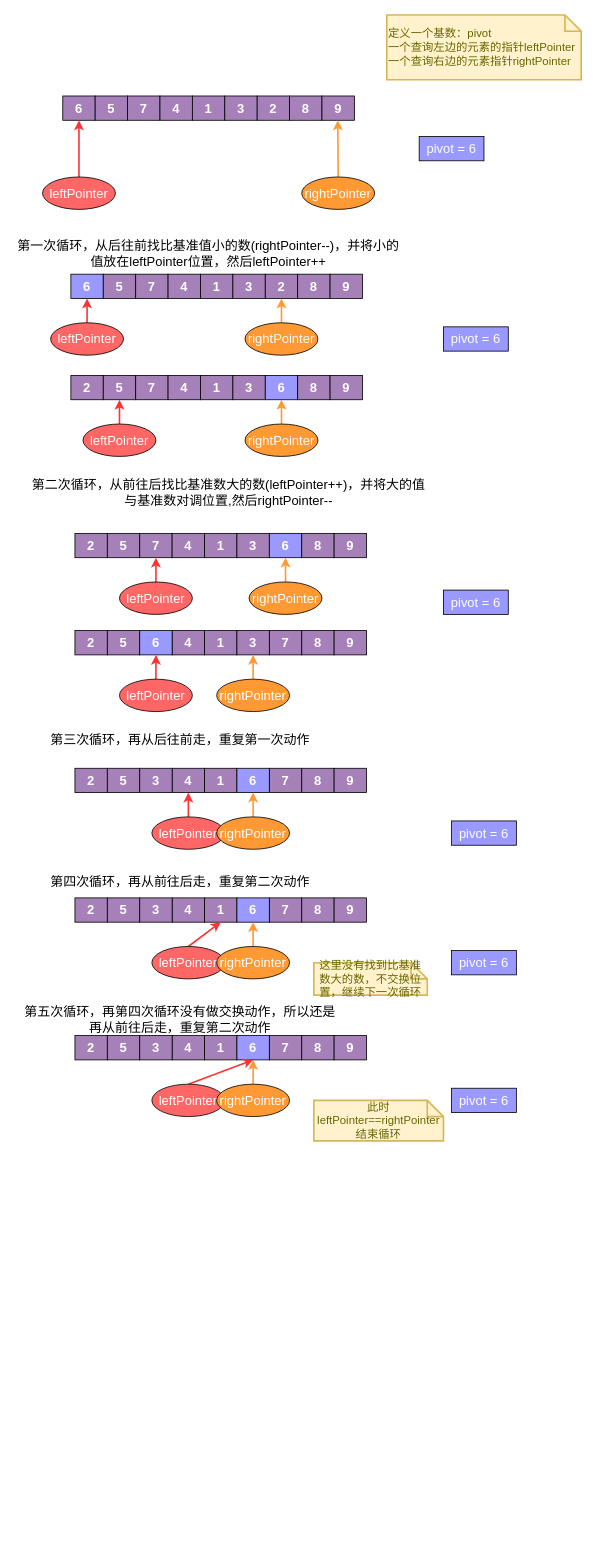
Above: 数据结构与算法/排序算法.drawio in LiHuiBin1995/study-java (draw.io), before the change. Source tidied: cells renumbered, new cells numbered last; positions are measured from the earlier drawing's top-left corner, leaving out a move shared by most shapes. Both pictures are drawn from the tidied source at 81%, with x=0, y=0 at pixel (14, 15).
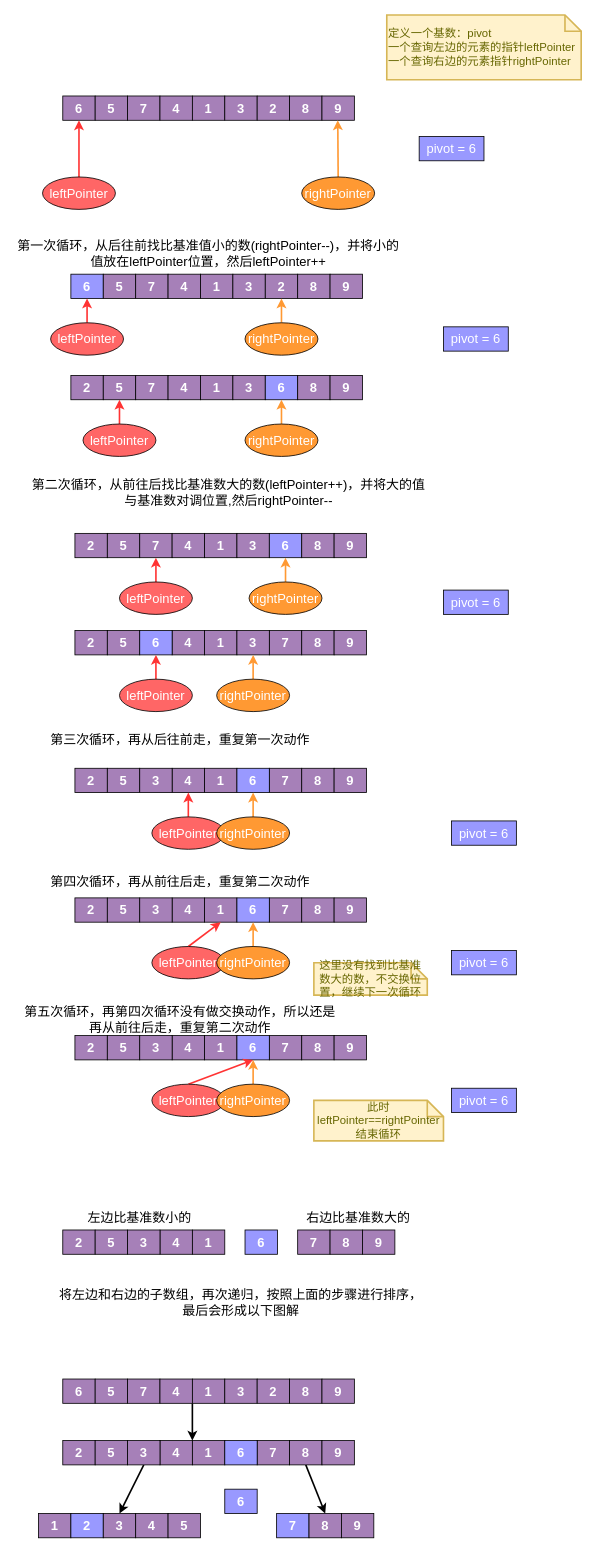
Above is the later version.

Commit message (it also covers changes not shown here):
更新排序算法.drawio

Change to the diagram source:
```diff
@@
+    <mxCell id="120" value="2" style="rounded=0;whiteSpace=wrap;html=1;fillColor=#A680B8;fontColor=#FFFFFF;fontSize=16;fontStyle=1;" parent="1" vertex="1">
+      <mxGeometry x="60" y="1500" width="40" height="30" as="geometry" />
+    </mxCell>
+    <mxCell id="121" value="5" style="rounded=0;whiteSpace=wrap;html=1;fillColor=#A680B8;fontColor=#FFFFFF;fontSize=16;fontStyle=1;" parent="1" vertex="1">
+      <mxGeometry x="100" y="1500" width="40" height="30" as="geometry" />
+    </mxCell>
+    <mxCell id="122" value="7" style="rounded=0;whiteSpace=wrap;html=1;fillColor=#A680B8;fontColor=#FFFFFF;fontSize=16;fontStyle=1;" parent="1" vertex="1">
+      <mxGeometry x="350" y="1500" width="40" height="30" as="geometry" />
+    </mxCell>
+    <mxCell id="123" value="4" style="rounded=0;whiteSpace=wrap;html=1;fillColor=#A680B8;fontColor=#FFFFFF;fontSize=16;fontStyle=1;" parent="1" vertex="1">
+      <mxGeometry x="180" y="1500" width="40" height="30" as="geometry" />
+    </mxCell>
+    <mxCell id="124" value="1" style="rounded=0;whiteSpace=wrap;html=1;fillColor=#A680B8;fontColor=#FFFFFF;fontSize=16;fontStyle=1;" parent="1" vertex="1">
+      <mxGeometry x="220" y="1500" width="40" height="30" as="geometry" />
+    </mxCell>
+    <mxCell id="125" value="3" style="rounded=0;whiteSpace=wrap;html=1;fillColor=#A680B8;fontColor=#FFFFFF;fontSize=16;fontStyle=1;" parent="1" vertex="1">
+      <mxGeometry x="140" y="1500" width="40" height="30" as="geometry" />
+    </mxCell>
+    <mxCell id="126" value="6" style="rounded=0;whiteSpace=wrap;html=1;fillColor=#9999FF;fontColor=#FFFFFF;fontSize=16;fontStyle=1;" parent="1" vertex="1">
+      <mxGeometry x="285" y="1500" width="40" height="30" as="geometry" />
+    </mxCell>
+    <mxCell id="127" value="8" style="rounded=0;whiteSpace=wrap;html=1;fillColor=#A680B8;fontColor=#FFFFFF;fontSize=16;fontStyle=1;" parent="1" vertex="1">
+      <mxGeometry x="390" y="1500" width="40" height="30" as="geometry" />
+    </mxCell>
+    <mxCell id="128" value="9" style="rounded=0;whiteSpace=wrap;html=1;fillColor=#A680B8;fontColor=#FFFFFF;fontSize=16;fontStyle=1;" parent="1" vertex="1">
+      <mxGeometry x="430" y="1500" width="40" height="30" as="geometry" />
+    </mxCell>
+    <mxCell id="129" value="左边比基准数小的" style="text;html=1;strokeColor=none;fillColor=none;align=center;verticalAlign=middle;whiteSpace=wrap;rounded=0;fontSize=16;fontColor=#000000;" parent="1" vertex="1">
+      <mxGeometry x="75" y="1470" width="160" height="30" as="geometry" />
+    </mxCell>
+    <mxCell id="130" value="右边比基准数大的" style="text;html=1;strokeColor=none;fillColor=none;align=center;verticalAlign=middle;whiteSpace=wrap;rounded=0;fontSize=16;fontColor=#000000;" parent="1" vertex="1">
+      <mxGeometry x="360" y="1470" width="130" height="30" as="geometry" />
+    </mxCell>
+    <mxCell id="131" value="将左边和右边的子数组，再次递归，按照上面的步骤进行排序，最后会形成以下图解" style="text;html=1;strokeColor=none;fillColor=none;align=center;verticalAlign=middle;whiteSpace=wrap;rounded=0;fontSize=16;fontColor=#000000;" parent="1" vertex="1">
+      <mxGeometry x="50" y="1580" width="460" height="20" as="geometry" />
+    </mxCell>
+    <mxCell id="132" value="6" style="rounded=0;whiteSpace=wrap;html=1;fillColor=#A680B8;fontColor=#FFFFFF;fontSize=16;fontStyle=1;" parent="1" vertex="1">
+      <mxGeometry x="60" y="1684" width="40" height="30" as="geometry" />
+    </mxCell>
+    <mxCell id="133" value="5" style="rounded=0;whiteSpace=wrap;html=1;fillColor=#A680B8;fontColor=#FFFFFF;fontSize=16;fontStyle=1;" parent="1" vertex="1">
+      <mxGeometry x="100" y="1684" width="40" height="30" as="geometry" />
+    </mxCell>
+    <mxCell id="134" value="7" style="rounded=0;whiteSpace=wrap;html=1;fillColor=#A680B8;fontColor=#FFFFFF;fontSize=16;fontStyle=1;" parent="1" vertex="1">
+      <mxGeometry x="140" y="1684" width="40" height="30" as="geometry" />
+    </mxCell>
+    <mxCell id="135" style="edgeStyle=orthogonalEdgeStyle;rounded=0;jettySize=auto;html=1;exitX=1;exitY=1;exitDx=0;exitDy=0;entryX=1;entryY=0;entryDx=0;entryDy=0;fontSize=16;fontColor=#000000;strokeColor=#000000;strokeWidth=2;fillColor=#FFB366;" parent="1" edge="1" source="136" target="145">
+      <mxGeometry relative="1" as="geometry" />
+    </mxCell>
+    <mxCell id="136" value="4" style="rounded=0;whiteSpace=wrap;html=1;fillColor=#A680B8;fontColor=#FFFFFF;fontSize=16;fontStyle=1;" parent="1" vertex="1">
+      <mxGeometry x="180" y="1684" width="40" height="30" as="geometry" />
+    </mxCell>
+    <mxCell id="137" value="1" style="rounded=0;whiteSpace=wrap;html=1;fillColor=#A680B8;fontColor=#FFFFFF;fontSize=16;fontStyle=1;" parent="1" vertex="1">
+      <mxGeometry x="220" y="1684" width="40" height="30" as="geometry" />
+    </mxCell>
+    <mxCell id="138" value="3" style="rounded=0;whiteSpace=wrap;html=1;fillColor=#A680B8;fontColor=#FFFFFF;fontSize=16;fontStyle=1;" parent="1" vertex="1">
+      <mxGeometry x="260" y="1684" width="40" height="30" as="geometry" />
+    </mxCell>
+    <mxCell id="139" value="2" style="rounded=0;whiteSpace=wrap;html=1;fillColor=#A680B8;fontColor=#FFFFFF;fontSize=16;fontStyle=1;" parent="1" vertex="1">
+      <mxGeometry x="300" y="1684" width="40" height="30" as="geometry" />
+    </mxCell>
+    <mxCell id="140" value="8" style="rounded=0;whiteSpace=wrap;html=1;fillColor=#A680B8;fontColor=#FFFFFF;fontSize=16;fontStyle=1;" parent="1" vertex="1">
+      <mxGeometry x="340" y="1684" width="40" height="30" as="geometry" />
+    </mxCell>
+    <mxCell id="141" value="9" style="rounded=0;whiteSpace=wrap;html=1;fillColor=#A680B8;fontColor=#FFFFFF;fontSize=16;fontStyle=1;" parent="1" vertex="1">
+      <mxGeometry x="380" y="1684" width="40" height="30" as="geometry" />
+    </mxCell>
+    <mxCell id="142" value="2" style="rounded=0;whiteSpace=wrap;html=1;fillColor=#A680B8;fontColor=#FFFFFF;fontSize=16;fontStyle=1;" parent="1" vertex="1">
+      <mxGeometry x="60" y="1760" width="40" height="30" as="geometry" />
+    </mxCell>
+    <mxCell id="143" value="5" style="rounded=0;whiteSpace=wrap;html=1;fillColor=#A680B8;fontColor=#FFFFFF;fontSize=16;fontStyle=1;" parent="1" vertex="1">
+      <mxGeometry x="100" y="1760" width="40" height="30" as="geometry" />
+    </mxCell>
+    <mxCell id="144" value="7" style="rounded=0;whiteSpace=wrap;html=1;fillColor=#A680B8;fontColor=#FFFFFF;fontSize=16;fontStyle=1;" parent="1" vertex="1">
+      <mxGeometry x="300" y="1760" width="40" height="30" as="geometry" />
+    </mxCell>
+    <mxCell id="145" value="4" style="rounded=0;whiteSpace=wrap;html=1;fillColor=#A680B8;fontColor=#FFFFFF;fontSize=16;fontStyle=1;" parent="1" vertex="1">
+      <mxGeometry x="180" y="1760" width="40" height="30" as="geometry" />
+    </mxCell>
+    <mxCell id="146" value="1" style="rounded=0;whiteSpace=wrap;html=1;fillColor=#A680B8;fontColor=#FFFFFF;fontSize=16;fontStyle=1;" parent="1" vertex="1">
+      <mxGeometry x="220" y="1760" width="40" height="30" as="geometry" />
+    </mxCell>
+    <mxCell id="147" style="rounded=0;jettySize=auto;html=1;exitX=0.5;exitY=1;exitDx=0;exitDy=0;entryX=0.5;entryY=0;entryDx=0;entryDy=0;fontSize=16;fontColor=#000000;strokeColor=#000000;strokeWidth=2;fillColor=#FFB366;" parent="1" edge="1" source="148" target="155">
+      <mxGeometry relative="1" as="geometry" />
+    </mxCell>
+    <mxCell id="148" value="3" style="rounded=0;whiteSpace=wrap;html=1;fillColor=#A680B8;fontColor=#FFFFFF;fontSize=16;fontStyle=1;" parent="1" vertex="1">
+      <mxGeometry x="140" y="1760" width="40" height="30" as="geometry" />
+    </mxCell>
+    <mxCell id="149" value="6" style="rounded=0;whiteSpace=wrap;html=1;fillColor=#9999FF;fontColor=#FFFFFF;fontSize=16;fontStyle=1;" parent="1" vertex="1">
+      <mxGeometry x="260" y="1760" width="40" height="30" as="geometry" />
+    </mxCell>
+    <mxCell id="150" style="edgeStyle=none;rounded=0;jettySize=auto;html=1;exitX=0.5;exitY=1;exitDx=0;exitDy=0;entryX=0.5;entryY=0;entryDx=0;entryDy=0;fontSize=16;fontColor=#000000;strokeColor=#000000;strokeWidth=2;fillColor=#FFB366;" parent="1" edge="1" source="151" target="159">
+      <mxGeometry relative="1" as="geometry" />
+    </mxCell>
+    <mxCell id="151" value="8" style="rounded=0;whiteSpace=wrap;html=1;fillColor=#A680B8;fontColor=#FFFFFF;fontSize=16;fontStyle=1;" parent="1" vertex="1">
+      <mxGeometry x="340" y="1760" width="40" height="30" as="geometry" />
+    </mxCell>
+    <mxCell id="152" value="9" style="rounded=0;whiteSpace=wrap;html=1;fillColor=#A680B8;fontColor=#FFFFFF;fontSize=16;fontStyle=1;" parent="1" vertex="1">
+      <mxGeometry x="380" y="1760" width="40" height="30" as="geometry" />
+    </mxCell>
+    <mxCell id="153" value="1" style="rounded=0;whiteSpace=wrap;html=1;fillColor=#A680B8;fontColor=#FFFFFF;fontSize=16;fontStyle=1;" parent="1" vertex="1">
+      <mxGeometry x="30" y="1850" width="40" height="30" as="geometry" />
+    </mxCell>
+    <mxCell id="154" value="2" style="rounded=0;whiteSpace=wrap;html=1;fillColor=#9999FF;fontColor=#FFFFFF;fontSize=16;fontStyle=1;" parent="1" vertex="1">
+      <mxGeometry x="70" y="1850" width="40" height="30" as="geometry" />
+    </mxCell>
+    <mxCell id="155" value="3" style="rounded=0;whiteSpace=wrap;html=1;fillColor=#A680B8;fontColor=#FFFFFF;fontSize=16;fontStyle=1;" parent="1" vertex="1">
+      <mxGeometry x="110" y="1850" width="40" height="30" as="geometry" />
+    </mxCell>
+    <mxCell id="156" value="4" style="rounded=0;whiteSpace=wrap;html=1;fillColor=#A680B8;fontColor=#FFFFFF;fontSize=16;fontStyle=1;" parent="1" vertex="1">
+      <mxGeometry x="150" y="1850" width="40" height="30" as="geometry" />
+    </mxCell>
+    <mxCell id="157" value="5" style="rounded=0;whiteSpace=wrap;html=1;fillColor=#A680B8;fontColor=#FFFFFF;fontSize=16;fontStyle=1;" parent="1" vertex="1">
+      <mxGeometry x="190" y="1850" width="40" height="30" as="geometry" />
+    </mxCell>
+    <mxCell id="158" value="7" style="rounded=0;whiteSpace=wrap;html=1;fillColor=#9999FF;fontColor=#FFFFFF;fontSize=16;fontStyle=1;" parent="1" vertex="1">
+      <mxGeometry x="324" y="1850" width="40" height="30" as="geometry" />
+    </mxCell>
+    <mxCell id="159" value="8" style="rounded=0;whiteSpace=wrap;html=1;fillColor=#A680B8;fontColor=#FFFFFF;fontSize=16;fontStyle=1;" parent="1" vertex="1">
+      <mxGeometry x="364" y="1850" width="40" height="30" as="geometry" />
+    </mxCell>
+    <mxCell id="160" value="9" style="rounded=0;whiteSpace=wrap;html=1;fillColor=#A680B8;fontColor=#FFFFFF;fontSize=16;fontStyle=1;" parent="1" vertex="1">
+      <mxGeometry x="404" y="1850" width="40" height="30" as="geometry" />
+    </mxCell>
+    <mxCell id="161" value="6" style="rounded=0;whiteSpace=wrap;html=1;fillColor=#9999FF;fontColor=#FFFFFF;fontSize=16;fontStyle=1;" parent="1" vertex="1">
+      <mxGeometry x="260" y="1820" width="40" height="30" as="geometry" />
+    </mxCell>
```
